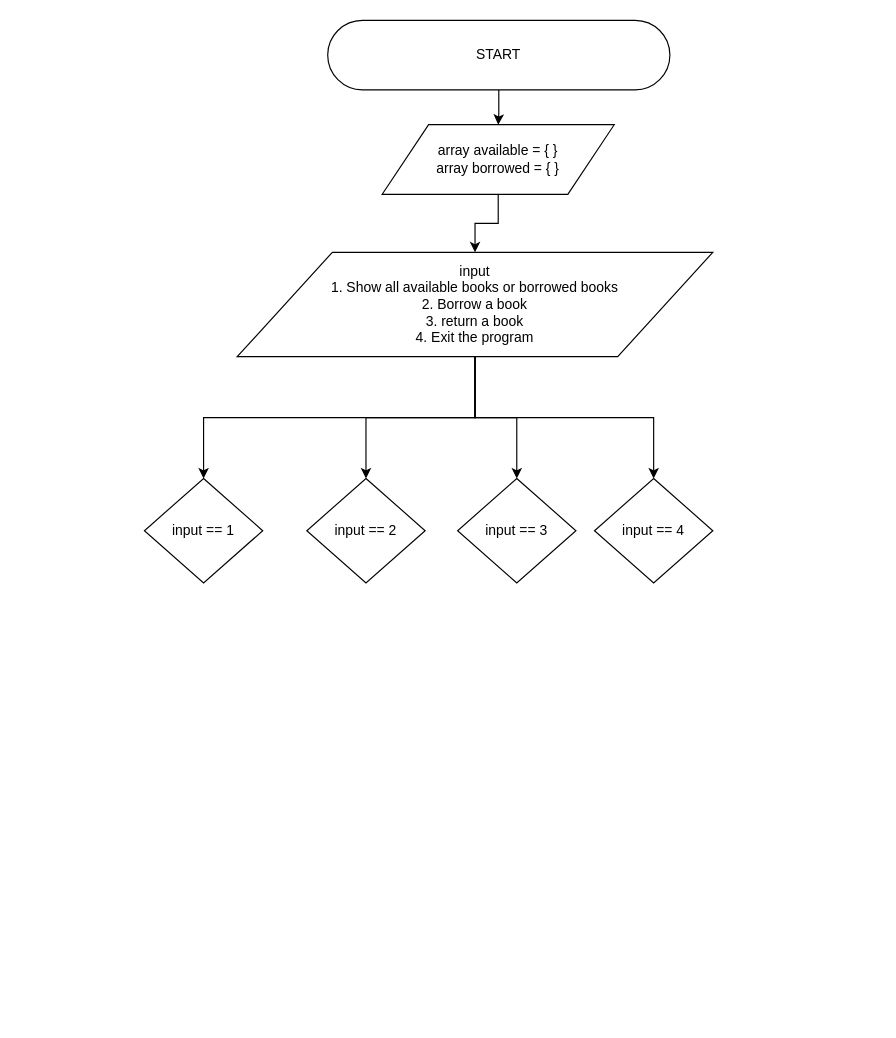
The draw.io diagram doc/Week8Assignment.drawio in RedjaderCode/redjader, before the edit. Source tidied: cells renumbered, new cells numbered last; positions are measured from the earlier drawing's top-left corner, leaving out a move shared by most shapes. Both pictures are drawn from the tidied source at 116%, with x=0, y=0 at pixel (144, 20).
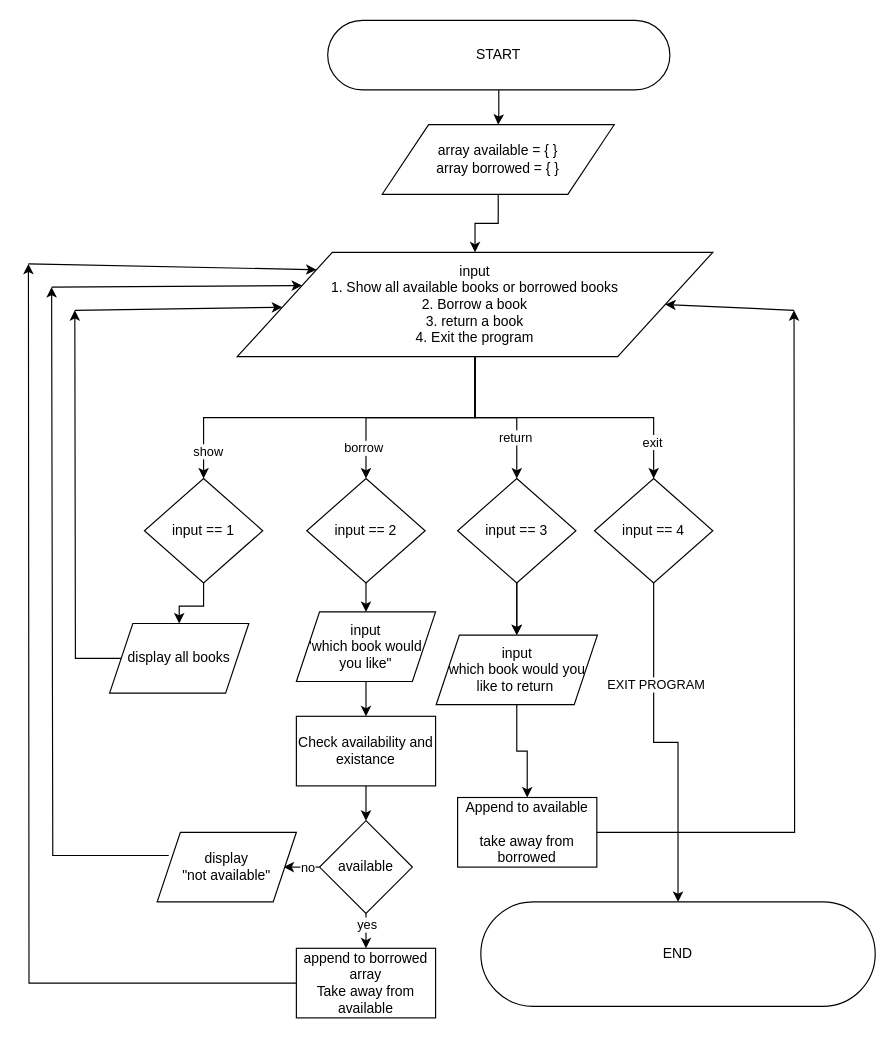
Above is the later version.

Unchanged cells that the change refers to:
```xml
<mxCell id="6" style="edgeStyle=orthogonalEdgeStyle;rounded=0;jettySize=auto;html=1;" parent="1" edge="1" source="10" target="13">
  <mxGeometry relative="1" as="geometry" />
</mxCell>
<mxCell id="7" style="edgeStyle=orthogonalEdgeStyle;rounded=0;jettySize=auto;html=1;exitX=0.5;exitY=1;exitDx=0;exitDy=0;entryX=0.5;entryY=0;entryDx=0;entryDy=0;" parent="1" edge="1" source="10" target="12">
  <mxGeometry relative="1" as="geometry" />
</mxCell>
<mxCell id="8" style="edgeStyle=orthogonalEdgeStyle;rounded=0;jettySize=auto;html=1;exitX=0.5;exitY=1;exitDx=0;exitDy=0;entryX=0.5;entryY=0;entryDx=0;entryDy=0;" parent="1" edge="1" source="10" target="11">
  <mxGeometry relative="1" as="geometry" />
</mxCell>
<mxCell id="9" style="edgeStyle=orthogonalEdgeStyle;rounded=0;jettySize=auto;html=1;exitX=0.5;exitY=1;exitDx=0;exitDy=0;entryX=0.5;entryY=0;entryDx=0;entryDy=0;" parent="1" edge="1" source="10" target="14">
  <mxGeometry relative="1" as="geometry" />
</mxCell>
<mxCell id="10" value="input&lt;div&gt;1. Show all available books or borrowed books&lt;/div&gt;&lt;div&gt;2. Borrow a book&lt;/div&gt;&lt;div&gt;3. return a book&lt;/div&gt;&lt;div&gt;4. Exit the program&lt;/div&gt;" style="shape=parallelogram;perimeter=parallelogramPerimeter;whiteSpace=wrap;html=1;dashed=0;" parent="1" vertex="1">
  <mxGeometry x="80" y="200" width="410" height="90" as="geometry" />
</mxCell>
<mxCell id="11" value="input == 1" style="shape=rhombus;html=1;dashed=0;whiteSpace=wrap;perimeter=rhombusPerimeter;" parent="1" vertex="1">
  <mxGeometry y="395" width="102" height="90" as="geometry" />
</mxCell>
<mxCell id="12" value="input == 2" style="shape=rhombus;html=1;dashed=0;whiteSpace=wrap;perimeter=rhombusPerimeter;" parent="1" vertex="1">
  <mxGeometry x="140" y="395" width="102" height="90" as="geometry" />
</mxCell>
<mxCell id="13" value="input == 3" style="shape=rhombus;html=1;dashed=0;whiteSpace=wrap;perimeter=rhombusPerimeter;" parent="1" vertex="1">
  <mxGeometry x="270" y="395" width="102" height="90" as="geometry" />
</mxCell>
<mxCell id="14" value="input == 4" style="shape=rhombus;html=1;dashed=0;whiteSpace=wrap;perimeter=rhombusPerimeter;" parent="1" vertex="1">
  <mxGeometry x="388" y="395" width="102" height="90" as="geometry" />
</mxCell>
```

What changed in the source:
```diff
@@
+    <mxCell id="15" value="return" style="edgeLabel;html=1;align=center;verticalAlign=middle;" parent="6" vertex="1">
+      <mxGeometry x="0.49" y="-2" relative="1" as="geometry" />
+    </mxCell>
@@
+    <mxCell id="16" value="borrow" style="edgeLabel;html=1;align=center;verticalAlign=middle;" parent="7" vertex="1">
+      <mxGeometry x="0.73" y="-3" relative="1" as="geometry" />
+    </mxCell>
@@
+    <mxCell id="17" value="show" style="edgeLabel;html=1;align=center;verticalAlign=middle;" parent="8" vertex="1">
+      <mxGeometry x="0.86" y="3" relative="1" as="geometry" />
+    </mxCell>
@@
+    <mxCell id="18" value="exit" style="edgeLabel;html=1;align=center;verticalAlign=middle;" parent="9" vertex="1">
+      <mxGeometry x="0.75" y="-2" relative="1" as="geometry" />
+    </mxCell>
@@
+    <mxCell id="19" style="edgeStyle=orthogonalEdgeStyle;rounded=0;jettySize=auto;html=1;" parent="1" edge="1" source="11" target="24">
+      <mxGeometry relative="1" as="geometry" />
+    </mxCell>
@@
+    <mxCell id="20" style="edgeStyle=orthogonalEdgeStyle;rounded=0;jettySize=auto;html=1;" parent="1" edge="1" source="12" target="26">
+      <mxGeometry relative="1" as="geometry" />
+    </mxCell>
@@
+    <mxCell id="21" style="edgeStyle=orthogonalEdgeStyle;rounded=0;jettySize=auto;html=1;" parent="1" edge="1" source="13" target="42">
+      <mxGeometry relative="1" as="geometry" />
+    </mxCell>
+    <mxCell id="22" style="edgeStyle=orthogonalEdgeStyle;rounded=0;jettySize=auto;html=1;" parent="1" edge="1" source="13" target="42">
+      <mxGeometry relative="1" as="geometry" />
+    </mxCell>
@@
+    <mxCell id="23" style="edgeStyle=orthogonalEdgeStyle;rounded=0;jettySize=auto;html=1;exitX=0;exitY=0.5;exitDx=0;exitDy=0;" parent="1" edge="1" source="24">
+      <mxGeometry relative="1" as="geometry">
+        <mxPoint x="-60" y="250" as="targetPoint" />
+      </mxGeometry>
+    </mxCell>
+    <mxCell id="24" value="display all books" style="shape=parallelogram;perimeter=parallelogramPerimeter;whiteSpace=wrap;html=1;fixedSize=1;dashed=0;" parent="1" vertex="1">
+      <mxGeometry x="-30" y="520" width="120" height="60" as="geometry" />
+    </mxCell>
+    <mxCell id="25" style="edgeStyle=orthogonalEdgeStyle;rounded=0;jettySize=auto;html=1;" parent="1" edge="1" source="26" target="28">
+      <mxGeometry relative="1" as="geometry" />
+    </mxCell>
+    <mxCell id="26" value="input&lt;div&gt;'which book would you like&quot;&lt;/div&gt;" style="shape=parallelogram;perimeter=parallelogramPerimeter;whiteSpace=wrap;html=1;fixedSize=1;dashed=0;" parent="1" vertex="1">
+      <mxGeometry x="131" y="510" width="120" height="60" as="geometry" />
+    </mxCell>
+    <mxCell id="27" style="edgeStyle=orthogonalEdgeStyle;rounded=0;jettySize=auto;html=1;" parent="1" edge="1" source="28" target="31">
+      <mxGeometry relative="1" as="geometry" />
+    </mxCell>
+    <mxCell id="28" value="Check availability and existance" style="whiteSpace=wrap;html=1;dashed=0;" parent="1" vertex="1">
+      <mxGeometry x="131" y="600" width="120" height="60" as="geometry" />
+    </mxCell>
+    <mxCell id="29" style="edgeStyle=orthogonalEdgeStyle;rounded=0;jettySize=auto;html=1;" parent="1" edge="1" source="31">
+      <mxGeometry relative="1" as="geometry">
+        <mxPoint x="120" y="730" as="targetPoint" />
+      </mxGeometry>
+    </mxCell>
+    <mxCell id="30" value="no" style="edgeLabel;html=1;align=center;verticalAlign=middle;" parent="29" vertex="1">
+      <mxGeometry x="-0.59" y="2" relative="1" as="geometry">
+        <mxPoint x="-5" y="-2" as="offset" />
+      </mxGeometry>
+    </mxCell>
+    <mxCell id="31" value="available" style="rhombus;whiteSpace=wrap;html=1;dashed=0;" parent="1" vertex="1">
+      <mxGeometry x="151" y="690" width="80" height="80" as="geometry" />
+    </mxCell>
+    <mxCell id="32" style="edgeStyle=orthogonalEdgeStyle;rounded=0;orthogonalLoop=1;jettySize=auto;html=1;exitX=0;exitY=0.5;exitDx=0;exitDy=0;" parent="1" edge="1">
+      <mxGeometry relative="1" as="geometry">
+        <mxPoint x="21" y="720" as="sourcePoint" />
+        <mxPoint x="-80" y="230" as="targetPoint" />
+        <Array as="points">
+          <mxPoint x="-79" y="720" />
+        </Array>
+      </mxGeometry>
+    </mxCell>
+    <mxCell id="33" value="display&lt;div&gt;&quot;not available&quot;&lt;/div&gt;" style="shape=parallelogram;perimeter=parallelogramPerimeter;whiteSpace=wrap;html=1;fixedSize=1;dashed=0;" parent="1" vertex="1">
+      <mxGeometry x="11" y="700" width="120" height="60" as="geometry" />
+    </mxCell>
+    <mxCell id="34" style="endArrow=classic;html=1;rounded=0;entryX=0;entryY=0.25;entryDx=0;entryDy=0;" parent="1" edge="1" target="10">
+      <mxGeometry relative="1" as="geometry">
+        <mxPoint x="-80" y="230" as="sourcePoint" />
+      </mxGeometry>
+    </mxCell>
+    <mxCell id="35" style="endArrow=classic;html=1;rounded=0;" parent="1" edge="1" target="10">
+      <mxGeometry relative="1" as="geometry">
+        <mxPoint x="-60" y="250" as="sourcePoint" />
+      </mxGeometry>
+    </mxCell>
+    <mxCell id="36" style="edgeStyle=orthogonalEdgeStyle;rounded=0;jettySize=auto;html=1;" parent="1" edge="1" source="31" target="39">
+      <mxGeometry relative="1" as="geometry" />
+    </mxCell>
+    <mxCell id="37" value="yes" style="edgeLabel;html=1;align=center;verticalAlign=middle;" parent="36" vertex="1">
+      <mxGeometry x="-0.02" y="2" relative="1" as="geometry">
+        <mxPoint x="2" y="-6" as="offset" />
+      </mxGeometry>
+    </mxCell>
+    <mxCell id="38" style="edgeStyle=orthogonalEdgeStyle;rounded=0;jettySize=auto;html=1;exitX=0;exitY=0.5;exitDx=0;exitDy=0;" parent="1" edge="1" source="39">
+      <mxGeometry relative="1" as="geometry">
+        <mxPoint x="-100" y="210" as="targetPoint" />
+      </mxGeometry>
+    </mxCell>
+    <mxCell id="39" value="append to borrowed array&lt;div&gt;Take away from available&lt;/div&gt;" style="whiteSpace=wrap;html=1;dashed=0;" parent="1" vertex="1">
+      <mxGeometry x="131" y="800" width="120" height="60" as="geometry" />
+    </mxCell>
+    <mxCell id="40" style="endArrow=classic;html=1;rounded=0;entryX=0;entryY=0;entryDx=0;entryDy=0;" parent="1" edge="1" target="10">
+      <mxGeometry relative="1" as="geometry">
+        <mxPoint x="-100" y="210" as="sourcePoint" />
+      </mxGeometry>
+    </mxCell>
+    <mxCell id="41" style="edgeStyle=orthogonalEdgeStyle;rounded=0;jettySize=auto;html=1;" parent="1" edge="1" source="42" target="44">
+      <mxGeometry relative="1" as="geometry" />
+    </mxCell>
+    <mxCell id="42" value="input&lt;div&gt;which book would you like to return&amp;nbsp;&lt;/div&gt;" style="shape=parallelogram;perimeter=parallelogramPerimeter;whiteSpace=wrap;html=1;fixedSize=1;dashed=0;" parent="1" vertex="1">
+      <mxGeometry x="251.5" y="530" width="139" height="60" as="geometry" />
+    </mxCell>
+    <mxCell id="43" style="edgeStyle=orthogonalEdgeStyle;rounded=0;jettySize=auto;html=1;exitX=1;exitY=0.5;exitDx=0;exitDy=0;" parent="1" edge="1" source="44">
+      <mxGeometry relative="1" as="geometry">
+        <mxPoint x="560" y="250" as="targetPoint" />
+      </mxGeometry>
+    </mxCell>
+    <mxCell id="44" value="Append to available&lt;div&gt;&lt;br&gt;&lt;/div&gt;&lt;div&gt;take away from borrowed&lt;/div&gt;" style="whiteSpace=wrap;html=1;dashed=0;" parent="1" vertex="1">
+      <mxGeometry x="270" y="670" width="120" height="60" as="geometry" />
+    </mxCell>
+    <mxCell id="45" style="endArrow=classic;html=1;rounded=0;entryX=1;entryY=0.5;entryDx=0;entryDy=0;" parent="1" edge="1" target="10">
+      <mxGeometry relative="1" as="geometry">
+        <mxPoint x="560" y="250" as="sourcePoint" />
+      </mxGeometry>
+    </mxCell>
+    <mxCell id="46" value="END" style="html=1;dashed=0;whiteSpace=wrap;shape=mxgraph.dfd.start;" parent="1" vertex="1">
+      <mxGeometry x="290" y="760" width="340" height="90" as="geometry" />
+    </mxCell>
+    <mxCell id="47" style="edgeStyle=orthogonalEdgeStyle;rounded=0;jettySize=auto;html=1;exitX=0.5;exitY=1;exitDx=0;exitDy=0;entryX=0.5;entryY=0.5;entryDx=0;entryDy=-45;entryPerimeter=0;" parent="1" edge="1" source="14" target="46">
+      <mxGeometry relative="1" as="geometry" />
+    </mxCell>
+    <mxCell id="48" value="EXIT PROGRAM" style="edgeLabel;html=1;align=center;verticalAlign=middle;" parent="47" vertex="1">
+      <mxGeometry x="-0.41" y="1" relative="1" as="geometry" />
+    </mxCell>
```
